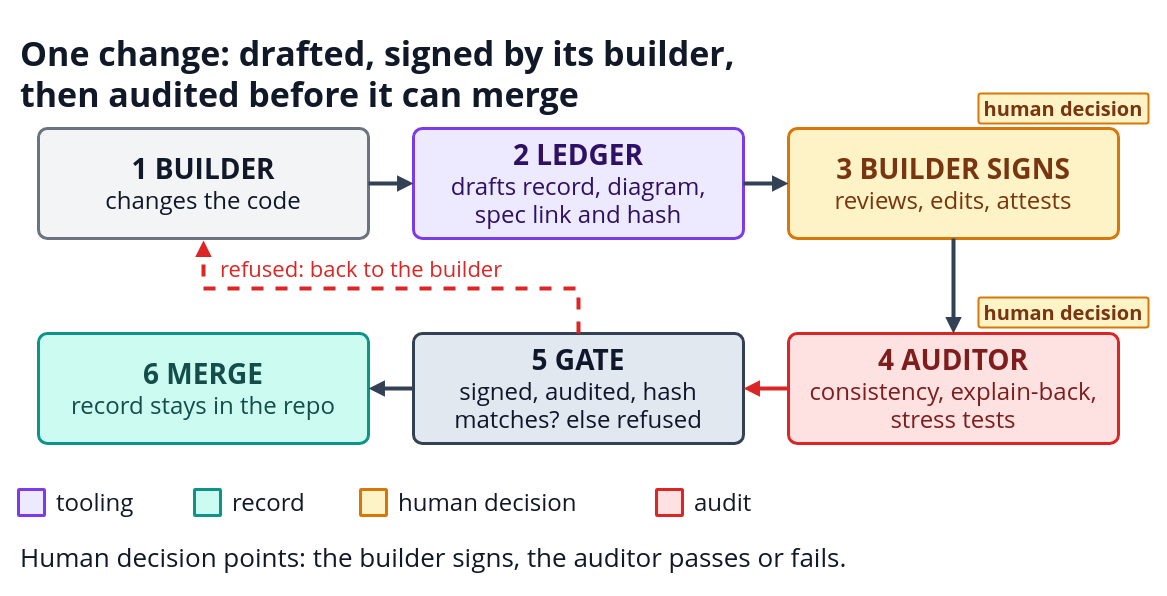
The draw.io diagram diagrams/02-change-lifecycle.drawio in i-asimkhan/ledger-layer-pattern, before the edit. Source tidied: cells renumbered, new cells numbered last; positions are measured from the earlier drawing's top-left corner, leaving out a move shared by most shapes. Both pictures are drawn from the tidied source at 100%, with x=0, y=0 at pixel (18, 21).
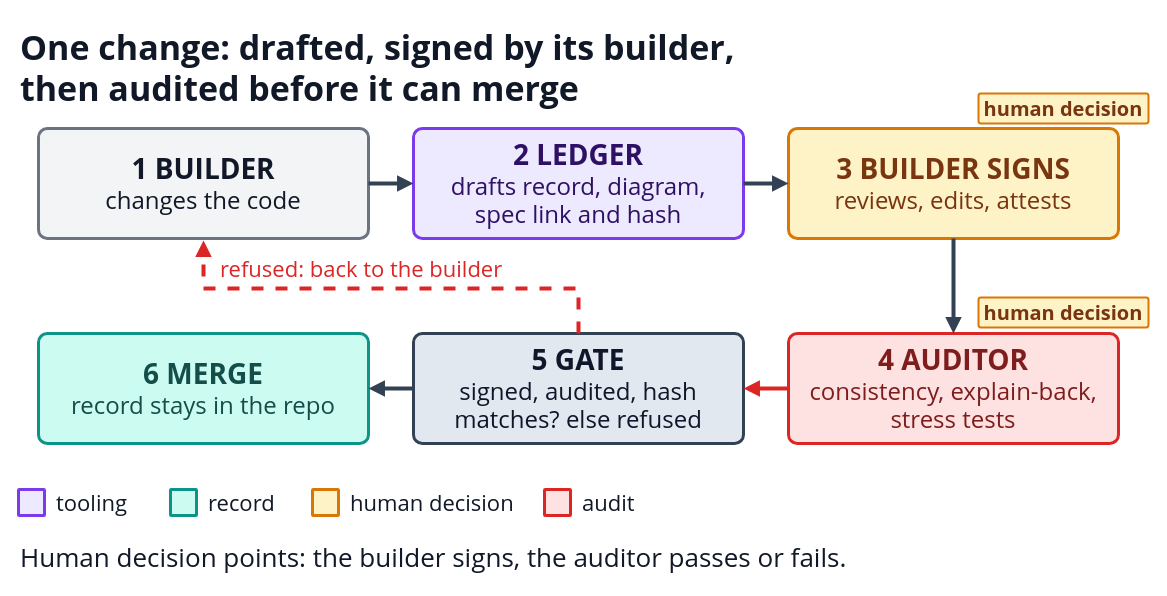
The same diagram, later.

What changed in the source:
```diff
@@
     <mxCell id="2" value="One change: drafted, signed by its builder,&lt;br&gt;then audited before it can merge" style="text;html=1;strokeColor=none;fillColor=none;whiteSpace=wrap;verticalAlign=middle;align=left;fontSize=34;fontColor=#111827;fontFamily=Segoe UI;fontStyle=1;" parent="1" vertex="1">
-      <mxGeometry width="1120" height="104" as="geometry" />
+      <mxGeometry y="-4" width="1120" height="100" as="geometry" />
     </mxCell>
@@
-    <mxCell id="19" value="tooling" style="text;html=1;strokeColor=none;fillColor=none;whiteSpace=wrap;verticalAlign=middle;align=left;fontSize=24;fontColor=#111827;fontFamily=Segoe UI;fontStyle=0;" parent="1" vertex="1">
-      <mxGeometry x="36" y="464" width="110" height="34" as="geometry" />
+    <mxCell id="19" value="tooling" style="text;html=1;strokeColor=none;fillColor=none;whiteSpace=wrap;verticalAlign=middle;align=left;fontSize=22;fontColor=#111827;fontFamily=Segoe UI;fontStyle=0;" parent="1" vertex="1">
+      <mxGeometry x="36" y="464" width="90" height="34" as="geometry" />
     </mxCell>
     <mxCell id="20" style="rounded=1;arcSize=3;whiteSpace=wrap;html=1;fillColor=#CCFBF1;strokeColor=#0D9488;strokeWidth=3;" parent="1" vertex="1">
-      <mxGeometry x="176" y="468" width="26" height="26" as="geometry" />
+      <mxGeometry x="152" y="468" width="26" height="26" as="geometry" />
     </mxCell>
-    <mxCell id="21" value="record" style="text;html=1;strokeColor=none;fillColor=none;whiteSpace=wrap;verticalAlign=middle;align=left;fontSize=24;fontColor=#111827;fontFamily=Segoe UI;fontStyle=0;" parent="1" vertex="1">
-      <mxGeometry x="212" y="464" width="100" height="34" as="geometry" />
+    <mxCell id="21" value="record" style="text;html=1;strokeColor=none;fillColor=none;whiteSpace=wrap;verticalAlign=middle;align=left;fontSize=22;fontColor=#111827;fontFamily=Segoe UI;fontStyle=0;" parent="1" vertex="1">
+      <mxGeometry x="188" y="464" width="80" height="34" as="geometry" />
     </mxCell>
     <mxCell id="22" style="rounded=1;arcSize=3;whiteSpace=wrap;html=1;fillColor=#FEF3C7;strokeColor=#D97706;strokeWidth=3;" parent="1" vertex="1">
-      <mxGeometry x="342" y="468" width="26" height="26" as="geometry" />
+      <mxGeometry x="294" y="468" width="26" height="26" as="geometry" />
     </mxCell>
-    <mxCell id="23" value="human decision" style="text;html=1;strokeColor=none;fillColor=none;whiteSpace=wrap;verticalAlign=middle;align=left;fontSize=24;fontColor=#111827;fontFamily=Segoe UI;fontStyle=0;" parent="1" vertex="1">
-      <mxGeometry x="378" y="464" width="230" height="34" as="geometry" />
+    <mxCell id="23" value="human decision" style="text;html=1;strokeColor=none;fillColor=none;whiteSpace=wrap;verticalAlign=middle;align=left;fontSize=22;fontColor=#111827;fontFamily=Segoe UI;fontStyle=0;" parent="1" vertex="1">
+      <mxGeometry x="330" y="464" width="170" height="34" as="geometry" />
     </mxCell>
     <mxCell id="24" style="rounded=1;arcSize=3;whiteSpace=wrap;html=1;fillColor=#FEE2E2;strokeColor=#DC2626;strokeWidth=3;" parent="1" vertex="1">
-      <mxGeometry x="638" y="468" width="26" height="26" as="geometry" />
+      <mxGeometry x="526" y="468" width="26" height="26" as="geometry" />
     </mxCell>
-    <mxCell id="25" value="audit" style="text;html=1;strokeColor=none;fillColor=none;whiteSpace=wrap;verticalAlign=middle;align=left;fontSize=24;fontColor=#111827;fontFamily=Segoe UI;fontStyle=0;" parent="1" vertex="1">
-      <mxGeometry x="674" y="464" width="80" height="34" as="geometry" />
+    <mxCell id="25" value="audit" style="text;html=1;strokeColor=none;fillColor=none;whiteSpace=wrap;verticalAlign=middle;align=left;fontSize=22;fontColor=#111827;fontFamily=Segoe UI;fontStyle=0;" parent="1" vertex="1">
+      <mxGeometry x="562" y="464" width="70" height="34" as="geometry" />
     </mxCell>
```
